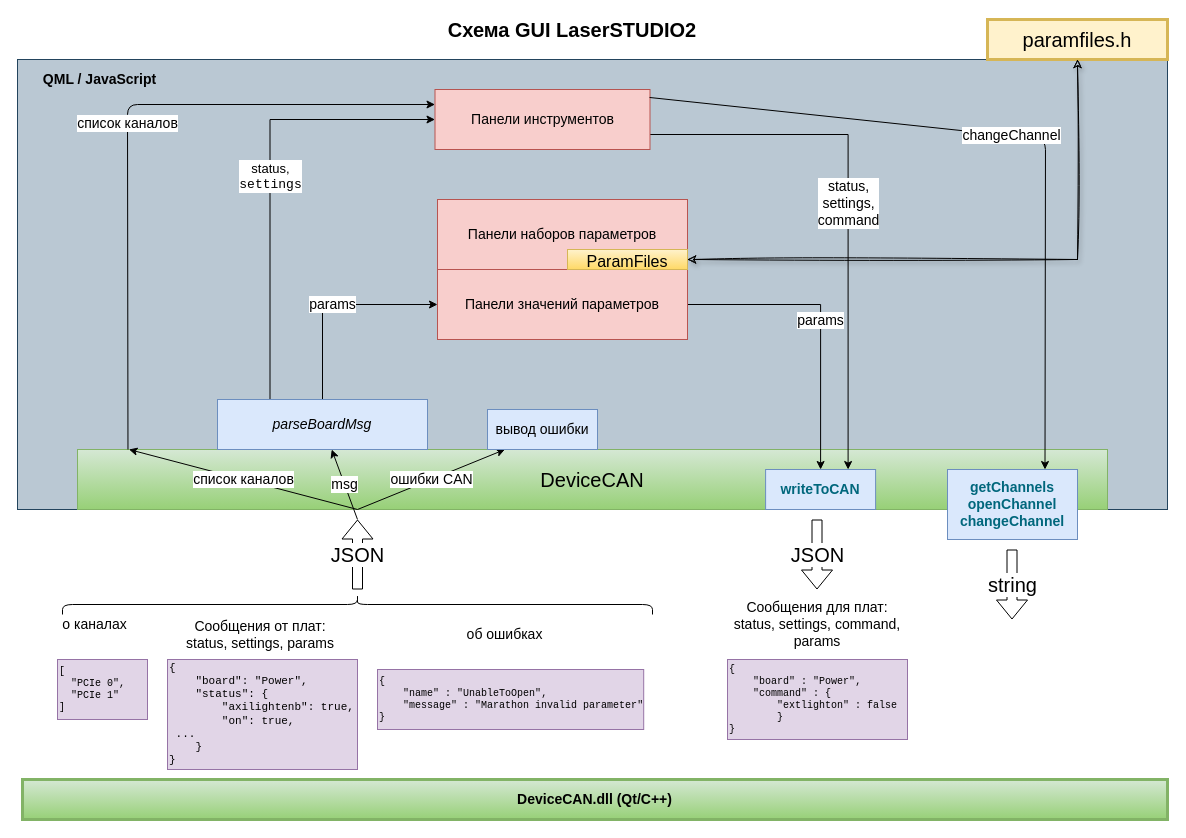
Above: LaserSTUDIO2_GUI.drawio in ponBulat/dia (draw.io), before the change. Source tidied: cells renumbered, new cells numbered last; positions are measured from the earlier drawing's top-left corner, leaving out a move shared by most shapes. Both pictures are drawn from the tidied source at 100%, with x=0, y=0 at pixel (17, 19).
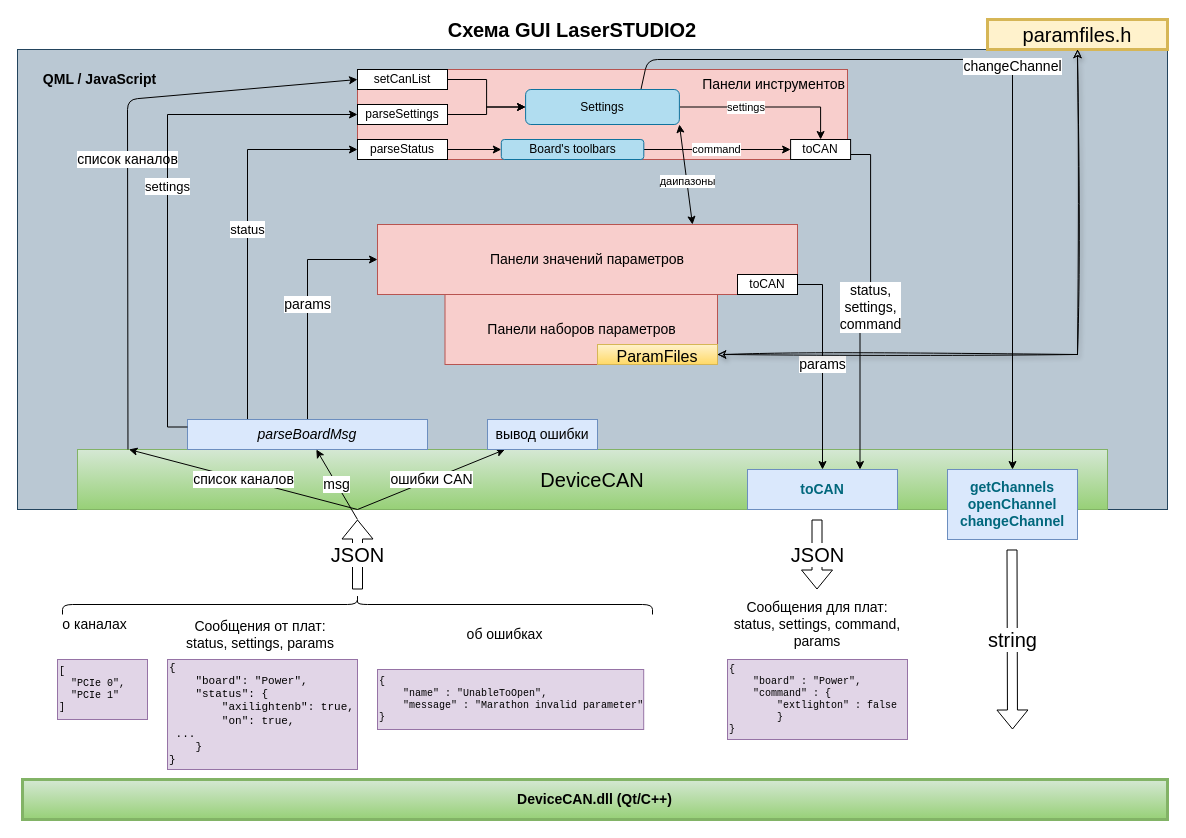
Above is the later version.

Unchanged cells that the change refers to:
```xml
<mxCell id="6" value="DeviceCAN" style="rounded=0;whiteSpace=wrap;html=1;fontSize=20;gradientColor=#97d077;fillColor=#d5e8d4;strokeColor=#82b366;" parent="1" vertex="1">
  <mxGeometry x="60" y="430" width="1030" height="60" as="geometry" />
</mxCell>
<mxCell id="20" value="&lt;span style=&quot;font-weight: 600 ; color: #00677c&quot;&gt;getChannels&lt;/span&gt;&lt;span style=&quot;font-weight: 600 ; color: #00677c&quot;&gt;&lt;br&gt;openChannel&lt;br&gt;&lt;/span&gt;&lt;span style=&quot;font-weight: 600 ; color: #00677c&quot;&gt;changeChannel&lt;/span&gt;" style="text;html=1;strokeColor=#6c8ebf;fillColor=#dae8fc;align=center;verticalAlign=middle;whiteSpace=wrap;rounded=0;fontSize=14;" parent="1" vertex="1">
  <mxGeometry x="930" y="450" width="130" height="70" as="geometry" />
</mxCell>
```

Change to the diagram source:
```diff
@@
     <mxCell id="2" style="rounded=0;whiteSpace=wrap;html=1;fillColor=#bac8d3;strokeColor=#23445d;" parent="1" vertex="1">
-      <mxGeometry y="40" width="1150" height="450" as="geometry" />
+      <mxGeometry y="30" width="1150" height="460" as="geometry" />
     </mxCell>
@@
     <mxCell id="17" value="paramfiles.h" style="rounded=0;whiteSpace=wrap;html=1;fontSize=20;fillColor=#fff2cc;strokeColor=#d6b656;strokeWidth=3;" parent="1" vertex="1">
-      <mxGeometry x="970" width="180" height="40" as="geometry" />
+      <mxGeometry x="970" width="180" height="30" as="geometry" />
     </mxCell>
-    <mxCell id="18" value="params" style="edgeStyle=orthogonalEdgeStyle;rounded=0;jettySize=auto;html=1;fontSize=14;" parent="1" edge="1" source="19" target="22">
+    <mxCell id="18" value="params" style="edgeStyle=orthogonalEdgeStyle;rounded=0;jettySize=auto;html=1;fontSize=14;exitX=1;exitY=0.5;exitDx=0;exitDy=0;" parent="1" edge="1" source="49" target="22">
       <mxGeometry relative="1" as="geometry" />
     </mxCell>
     <mxCell id="19" value="Панели значений параметров" style="rounded=0;whiteSpace=wrap;html=1;fontSize=14;fillColor=#f8cecc;strokeColor=#b85450;" parent="1" vertex="1">
-      <mxGeometry x="420" y="250" width="250" height="70" as="geometry" />
+      <mxGeometry x="360" y="205" width="420" height="70" as="geometry" />
     </mxCell>
@@
     <mxCell id="21" value="string" style="shape=flexArrow;endArrow=classic;html=1;fontSize=20;" parent="1" edge="1">
       <mxGeometry relative="1" as="geometry">
         <mxPoint x="994.5" y="530" as="sourcePoint" />
-        <mxPoint x="994.5" y="600" as="targetPoint" />
+        <mxPoint x="995" y="710" as="targetPoint" />
       </mxGeometry>
     </mxCell>
-    <mxCell id="22" value="&lt;span style=&quot;font-weight: 600 ; color: #00677c&quot;&gt;writeToCAN&lt;/span&gt;" style="rounded=0;whiteSpace=wrap;html=1;fontSize=14;fillColor=#dae8fc;strokeColor=#6c8ebf;" parent="1" vertex="1">
-      <mxGeometry x="748.1" y="450" width="110" height="40" as="geometry" />
+    <mxCell id="22" value="&lt;span style=&quot;font-weight: 600 ; color: #00677c&quot;&gt;toCAN&lt;/span&gt;" style="rounded=0;whiteSpace=wrap;html=1;fontSize=14;fillColor=#dae8fc;strokeColor=#6c8ebf;" parent="1" vertex="1">
+      <mxGeometry x="730" y="450" width="150" height="40" as="geometry" />
     </mxCell>
-    <mxCell id="23" value="status,&lt;br&gt;settings, &lt;br&gt;command" style="edgeStyle=orthogonalEdgeStyle;rounded=0;jettySize=auto;html=1;entryX=0.75;entryY=0;entryDx=0;entryDy=0;fontSize=14;exitX=1;exitY=0.75;exitDx=0;exitDy=0;" parent="1" edge="1" source="24" target="22">
+    <mxCell id="23" value="status,&lt;br&gt;settings, &lt;br&gt;command" style="edgeStyle=orthogonalEdgeStyle;rounded=0;jettySize=auto;html=1;entryX=0.75;entryY=0;entryDx=0;entryDy=0;fontSize=14;exitX=1;exitY=0.75;exitDx=0;exitDy=0;" parent="1" edge="1" source="38" target="22">
       <mxGeometry relative="1" as="geometry" />
     </mxCell>
-    <mxCell id="24" value="Панели инструментов" style="rounded=0;whiteSpace=wrap;html=1;fontSize=14;fillColor=#f8cecc;strokeColor=#b85450;" parent="1" vertex="1">
-      <mxGeometry x="417.5" y="70" width="215" height="60" as="geometry" />
+    <mxCell id="24" value="Панели инструментов" style="rounded=0;whiteSpace=wrap;html=1;fontSize=14;fillColor=#f8cecc;strokeColor=#b85450;horizontal=1;verticalAlign=top;align=right;" parent="1" vertex="1">
+      <mxGeometry x="340" y="50" width="490" height="90" as="geometry" />
     </mxCell>
-    <mxCell id="25" value="changeChannel" style="endArrow=classic;html=1;fontSize=14;exitX=0.998;exitY=0.133;exitDx=0;exitDy=0;entryX=0.75;entryY=0;entryDx=0;entryDy=0;exitPerimeter=0;" parent="1" edge="1" source="24" target="20">
+    <mxCell id="25" value="changeChannel" style="endArrow=classic;html=1;fontSize=14;exitX=0.75;exitY=0;exitDx=0;exitDy=0;entryX=0.5;entryY=0;entryDx=0;entryDy=0;" parent="1" edge="1" source="41" target="20">
       <mxGeometry relative="1" as="geometry">
         <Array as="points">
-          <mxPoint x="1028" y="120" />
+          <mxPoint x="630" y="40" />
+          <mxPoint x="995" y="40" />
         </Array>
       </mxGeometry>
     </mxCell>
-    <mxCell id="26" value="&lt;font style=&quot;font-size: 13px&quot;&gt;status,&lt;br&gt;&lt;/font&gt;&lt;pre style=&quot;margin: 0px ; text-indent: 0px ; font-size: 13px&quot;&gt;&lt;font style=&quot;font-size: 13px&quot;&gt;settings&lt;/font&gt;&lt;/pre&gt;" style="edgeStyle=orthogonalEdgeStyle;rounded=0;jettySize=auto;html=1;entryX=0;entryY=0.5;entryDx=0;entryDy=0;fontSize=14;exitX=0.25;exitY=0;exitDx=0;exitDy=0;" parent="1" edge="1" source="28" target="24">
+    <mxCell id="26" value="&lt;font style=&quot;font-size: 13px&quot;&gt;status&lt;/font&gt;" style="edgeStyle=orthogonalEdgeStyle;rounded=0;jettySize=auto;html=1;fontSize=14;exitX=0.25;exitY=0;exitDx=0;exitDy=0;entryX=0;entryY=0.5;entryDx=0;entryDy=0;" parent="1" edge="1" source="28" target="46">
       <mxGeometry relative="1" as="geometry" />
     </mxCell>
-    <mxCell id="27" value="params" style="edgeStyle=orthogonalEdgeStyle;rounded=0;jettySize=auto;html=1;entryX=0;entryY=0.5;entryDx=0;entryDy=0;fontSize=14;exitX=0.5;exitY=0;exitDx=0;exitDy=0;" parent="1" edge="1" source="28" target="19">
+    <mxCell id="27" value="params" style="edgeStyle=orthogonalEdgeStyle;rounded=0;jettySize=auto;html=1;entryX=0;entryY=0.5;entryDx=0;entryDy=0;fontSize=14;" parent="1" edge="1" source="28" target="19">
       <mxGeometry relative="1" as="geometry" />
     </mxCell>
     <mxCell id="28" value="&lt;span style=&quot;font-style: italic&quot;&gt;parseBoardMsg&lt;/span&gt;" style="rounded=0;whiteSpace=wrap;html=1;fontSize=14;fillColor=#dae8fc;strokeColor=#6c8ebf;" parent="1" vertex="1">
-      <mxGeometry x="200" y="380" width="210" height="50" as="geometry" />
+      <mxGeometry x="170" y="400" width="240" height="30" as="geometry" />
     </mxCell>
@@
-    <mxCell id="31" value="список каналов" style="endArrow=classic;html=1;fontSize=14;entryX=0;entryY=0.25;entryDx=0;entryDy=0;exitX=0.049;exitY=0;exitDx=0;exitDy=0;exitPerimeter=0;" parent="1" edge="1" source="6" target="24">
+    <mxCell id="31" value="список каналов" style="endArrow=classic;html=1;fontSize=14;exitX=0.049;exitY=0;exitDx=0;exitDy=0;exitPerimeter=0;entryX=0;entryY=0.5;entryDx=0;entryDy=0;" parent="1" edge="1" source="6" target="48">
       <mxGeometry relative="1" as="geometry">
         <Array as="points">
-          <mxPoint x="110" y="85" />
+          <mxPoint x="110" y="80" />
         </Array>
       </mxGeometry>
     </mxCell>
@@
     <mxCell id="33" value="вывод ошибки" style="rounded=0;whiteSpace=wrap;html=1;fontSize=14;fillColor=#dae8fc;strokeColor=#6c8ebf;" parent="1" vertex="1">
-      <mxGeometry x="470" y="390" width="110" height="40" as="geometry" />
+      <mxGeometry x="470" y="400" width="110" height="30" as="geometry" />
     </mxCell>
@@
     <mxCell id="35" value="Панели наборов параметров" style="rounded=0;whiteSpace=wrap;html=1;fontSize=14;fillColor=#f8cecc;strokeColor=#b85450;" parent="1" vertex="1">
-      <mxGeometry x="420" y="180" width="250" height="70" as="geometry" />
+      <mxGeometry x="427.5" y="275" width="272.5" height="70" as="geometry" />
     </mxCell>
@@
     <mxCell id="37" value="&lt;font style=&quot;font-size: 16px&quot;&gt;ParamFiles&lt;/font&gt;" style="rounded=0;whiteSpace=wrap;html=1;fontSize=20;gradientColor=#ffd966;fillColor=#fff2cc;strokeColor=#d6b656;" parent="1" vertex="1">
-      <mxGeometry x="550" y="230" width="120" height="20" as="geometry" />
+      <mxGeometry x="580" y="325" width="120" height="20" as="geometry" />
     </mxCell>
+    <mxCell id="38" value="toCAN" style="rounded=0;whiteSpace=wrap;html=1;" parent="1" vertex="1">
+      <mxGeometry x="773.1" y="120" width="60" height="20" as="geometry" />
+    </mxCell>
+    <mxCell id="39" value="command" style="edgeStyle=orthogonalEdgeStyle;rounded=0;jettySize=auto;html=1;startArrow=none;" parent="1" edge="1" source="50" target="38">
+      <mxGeometry relative="1" as="geometry" />
+    </mxCell>
+    <mxCell id="40" value="settings" style="edgeStyle=orthogonalEdgeStyle;rounded=0;jettySize=auto;html=1;entryX=0.5;entryY=0;entryDx=0;entryDy=0;align=right;" parent="1" edge="1" source="41" target="38">
+      <mxGeometry relative="1" as="geometry" />
+    </mxCell>
+    <mxCell id="41" value="Settings" style="rounded=1;whiteSpace=wrap;html=1;fillColor=#b1ddf0;strokeColor=#10739e;" parent="1" vertex="1">
+      <mxGeometry x="508.1" y="70" width="153.8" height="35" as="geometry" />
+    </mxCell>
+    <mxCell id="42" value="&lt;font style=&quot;font-size: 13px&quot;&gt;settings&lt;/font&gt;" style="edgeStyle=orthogonalEdgeStyle;rounded=0;jettySize=auto;html=1;entryX=0;entryY=0.5;entryDx=0;entryDy=0;fontSize=14;exitX=0;exitY=0.25;exitDx=0;exitDy=0;" parent="1" edge="1" source="28" target="44">
+      <mxGeometry relative="1" as="geometry" />
+    </mxCell>
+    <mxCell id="43" style="edgeStyle=orthogonalEdgeStyle;rounded=0;jettySize=auto;html=1;" parent="1" edge="1" source="44" target="41">
+      <mxGeometry relative="1" as="geometry" />
+    </mxCell>
+    <mxCell id="44" value="parseSettings" style="rounded=0;whiteSpace=wrap;html=1;" parent="1" vertex="1">
+      <mxGeometry x="340" y="85" width="90" height="20" as="geometry" />
+    </mxCell>
+    <mxCell id="45" style="edgeStyle=orthogonalEdgeStyle;rounded=0;jettySize=auto;html=1;entryX=0;entryY=0.5;entryDx=0;entryDy=0;" parent="1" edge="1" source="46" target="50">
+      <mxGeometry relative="1" as="geometry" />
+    </mxCell>
+    <mxCell id="46" value="parseStatus" style="rounded=0;whiteSpace=wrap;html=1;" parent="1" vertex="1">
+      <mxGeometry x="340" y="120" width="90" height="20" as="geometry" />
+    </mxCell>
+    <mxCell id="47" style="edgeStyle=orthogonalEdgeStyle;rounded=0;jettySize=auto;html=1;" parent="1" edge="1" source="48" target="41">
+      <mxGeometry relative="1" as="geometry" />
+    </mxCell>
+    <mxCell id="48" value="setCanList" style="rounded=0;whiteSpace=wrap;html=1;" parent="1" vertex="1">
+      <mxGeometry x="340" y="50" width="90" height="20" as="geometry" />
+    </mxCell>
+    <mxCell id="49" value="toCAN" style="rounded=0;whiteSpace=wrap;html=1;" parent="1" vertex="1">
+      <mxGeometry x="720" y="255" width="60" height="20" as="geometry" />
+    </mxCell>
+    <mxCell id="50" value="Board's toolbars" style="rounded=1;whiteSpace=wrap;html=1;fillColor=#b1ddf0;strokeColor=#10739e;" parent="1" vertex="1">
+      <mxGeometry x="483.8" y="120" width="142.5" height="20" as="geometry" />
+    </mxCell>
+    <mxCell id="51" style="endArrow=classic;startArrow=classic;html=1;align=right;verticalAlign=top;entryX=1;entryY=1;entryDx=0;entryDy=0;exitX=0.75;exitY=0;exitDx=0;exitDy=0;" parent="1" edge="1" source="19" target="41">
+      <mxGeometry relative="1" as="geometry" />
+    </mxCell>
+    <mxCell id="52" value="даипазоны" style="edgeLabel;html=1;align=center;verticalAlign=middle;" parent="51" vertex="1">
+      <mxGeometry x="-0.12" relative="1" as="geometry" />
+    </mxCell>
```
